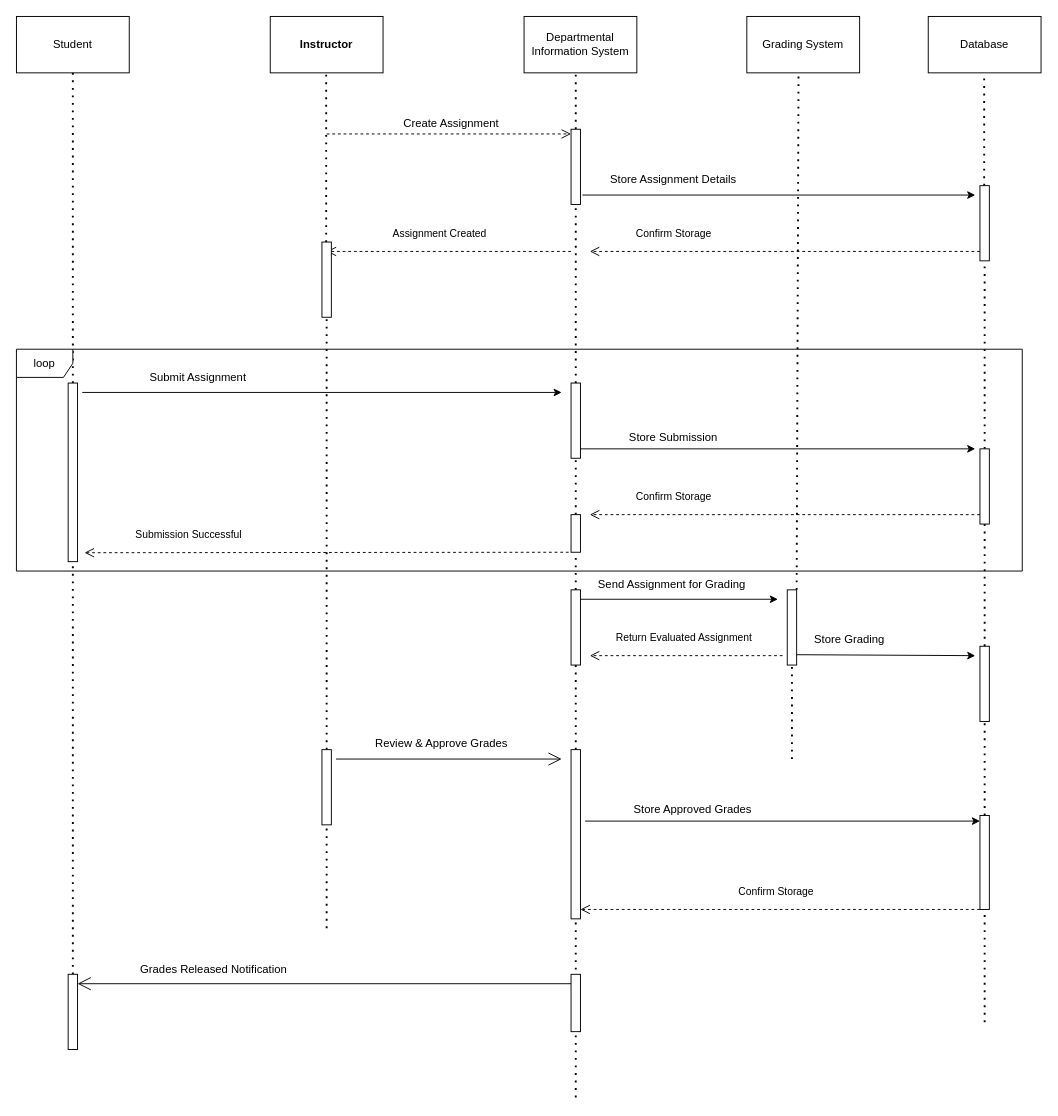
Above: page "Page-10" (8 of 8) of Untitled Diagram.drawio in AdityaJyoti2002/Tic-Tac-Toe (draw.io), before the change. Source tidied: cells renumbered, new cells numbered last; positions are measured from the earlier drawing's top-left corner, leaving out a move shared by most shapes. Both pictures are drawn from the tidied source at 94%, with x=0, y=0 at pixel (16, 16).
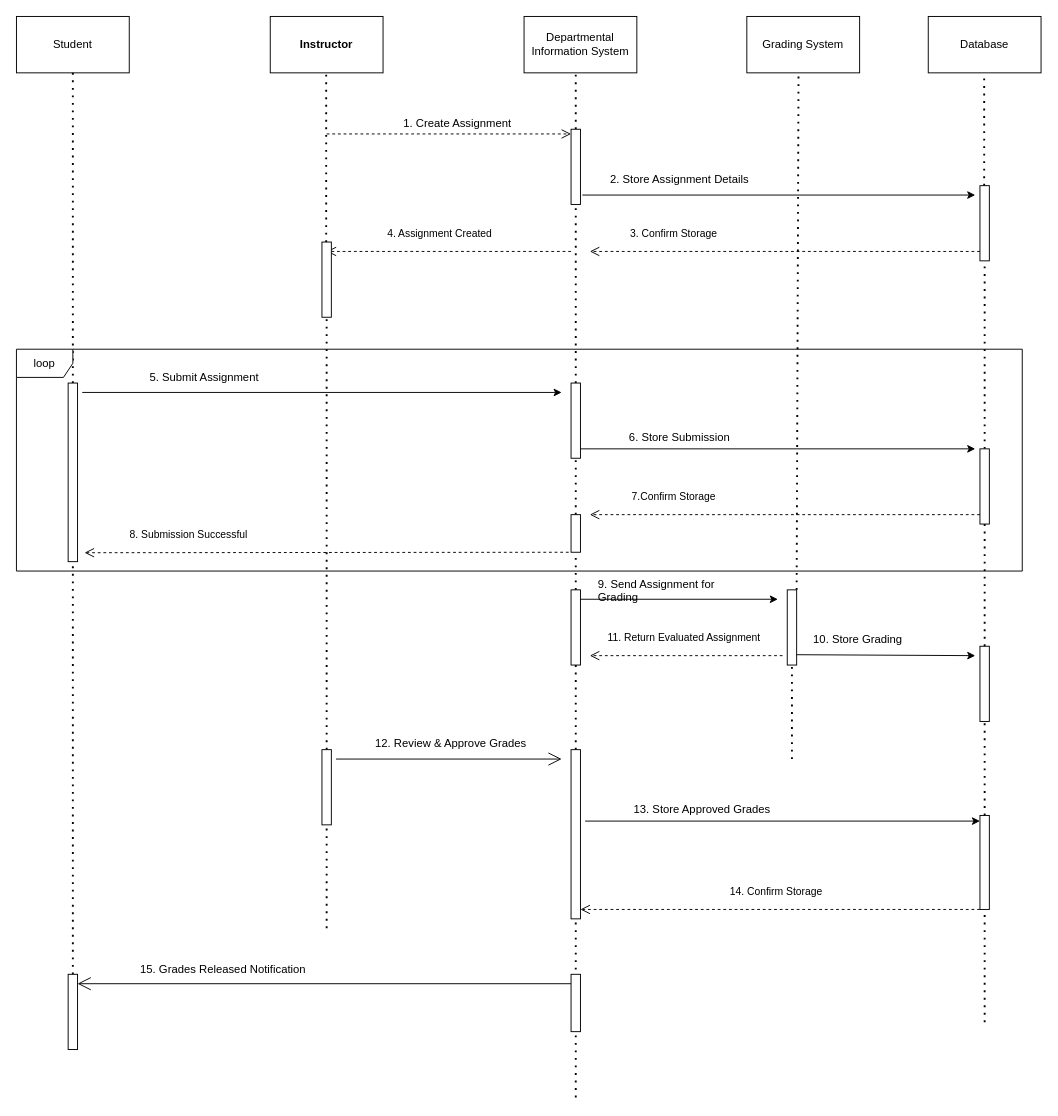
The same page after the edit.

What changed in the source:
```diff
@@
-    <mxCell id="2" value="Assignment Created" style="html=1;verticalAlign=bottom;endArrow=open;dashed=1;endSize=8;curved=0;rounded=0;" parent="1" edge="1">
+    <mxCell id="2" value="4. Assignment Created" style="html=1;verticalAlign=bottom;endArrow=open;dashed=1;endSize=8;curved=0;rounded=0;" parent="1" edge="1">
       <mxGeometry x="0.08" y="-10" relative="1" as="geometry">
         <mxPoint x="590" y="250" as="sourcePoint" />
         <mxPoint x="330" y="250" as="targetPoint" />
       </mxGeometry>
     </mxCell>
@@
-    <mxCell id="24" value="Create Assignment" style="text;whiteSpace=wrap;html=1;" parent="1" vertex="1">
+    <mxCell id="24" value="1. Create Assignment" style="text;whiteSpace=wrap;html=1;" parent="1" vertex="1">
       <mxGeometry x="410" y="100" width="130" height="40" as="geometry" />
     </mxCell>
@@
-    <mxCell id="26" value="Store Assignment Details" style="text;whiteSpace=wrap;html=1;" parent="1" vertex="1">
+    <mxCell id="26" value="2. Store Assignment Details" style="text;whiteSpace=wrap;html=1;" parent="1" vertex="1">
       <mxGeometry x="630" y="160" width="170" height="40" as="geometry" />
     </mxCell>
-    <mxCell id="27" value="Confirm Storage" style="html=1;verticalAlign=bottom;endArrow=open;dashed=1;endSize=8;curved=0;rounded=0;" parent="1" edge="1">
+    <mxCell id="27" value="3. Confirm Storage" style="html=1;verticalAlign=bottom;endArrow=open;dashed=1;endSize=8;curved=0;rounded=0;" parent="1" edge="1">
       <mxGeometry x="0.57" y="-10" relative="1" as="geometry">
         <mxPoint x="1025" y="250" as="sourcePoint" />
         <mxPoint x="610" y="250" as="targetPoint" />
       </mxGeometry>
     </mxCell>
@@
-    <mxCell id="31" value="Submit Assignment" style="text;whiteSpace=wrap;html=1;" parent="1" vertex="1">
+    <mxCell id="31" value="5. Submit Assignment" style="text;whiteSpace=wrap;html=1;" parent="1" vertex="1">
       <mxGeometry x="140" y="370" width="130" height="40" as="geometry" />
     </mxCell>
@@
-    <mxCell id="33" value="Store Submission" style="text;whiteSpace=wrap;html=1;" parent="1" vertex="1">
+    <mxCell id="33" value="6. Store Submission" style="text;whiteSpace=wrap;html=1;" parent="1" vertex="1">
       <mxGeometry x="650" y="434" width="130" height="40" as="geometry" />
     </mxCell>
@@
-    <mxCell id="36" value="Confirm Storage" style="html=1;verticalAlign=bottom;endArrow=open;dashed=1;endSize=8;curved=0;rounded=0;" parent="1" edge="1">
+    <mxCell id="36" value="7.Confirm Storage" style="html=1;verticalAlign=bottom;endArrow=open;dashed=1;endSize=8;curved=0;rounded=0;" parent="1" edge="1">
       <mxGeometry x="0.57" y="-10" relative="1" as="geometry">
         <mxPoint x="1025" y="530" as="sourcePoint" />
         <mxPoint x="610" y="530" as="targetPoint" />
       </mxGeometry>
     </mxCell>
-    <mxCell id="37" value="Submission Successful" style="html=1;verticalAlign=bottom;endArrow=open;dashed=1;endSize=8;curved=0;rounded=0;" parent="1" edge="1">
+    <mxCell id="37" value="8. Submission Successful" style="html=1;verticalAlign=bottom;endArrow=open;dashed=1;endSize=8;curved=0;rounded=0;" parent="1" edge="1">
       <mxGeometry x="0.57" y="-10" relative="1" as="geometry">
         <mxPoint x="587.5" y="570" as="sourcePoint" />
         <mxPoint x="72.5" y="570.5" as="targetPoint" />
       </mxGeometry>
     </mxCell>
@@
-    <mxCell id="41" value="Send Assignment for Grading" style="text;whiteSpace=wrap;html=1;" parent="1" vertex="1">
+    <mxCell id="41" value="9. Send Assignment for Grading" style="text;whiteSpace=wrap;html=1;" parent="1" vertex="1">
       <mxGeometry x="617" y="590" width="160" height="30" as="geometry" />
     </mxCell>
-    <mxCell id="42" value="Return Evaluated Assignment" style="html=1;verticalAlign=bottom;endArrow=open;dashed=1;endSize=8;curved=0;rounded=0;" parent="1" edge="1">
+    <mxCell id="42" value="11. Return Evaluated Assignment" style="html=1;verticalAlign=bottom;endArrow=open;dashed=1;endSize=8;curved=0;rounded=0;" parent="1" edge="1">
       <mxGeometry x="0.02" y="-10" relative="1" as="geometry">
         <mxPoint x="815" y="680" as="sourcePoint" />
         <mxPoint x="610" y="680" as="targetPoint" />
       </mxGeometry>
     </mxCell>
@@
-    <mxCell id="44" value="Store Grading" style="text;whiteSpace=wrap;html=1;" parent="1" vertex="1">
-      <mxGeometry x="847" y="649" width="160" height="30" as="geometry" />
+    <mxCell id="44" value="10. Store Grading" style="text;whiteSpace=wrap;html=1;" parent="1" vertex="1">
+      <mxGeometry x="846" y="649" width="160" height="30" as="geometry" />
     </mxCell>
@@
-    <mxCell id="50" value="Review &amp;amp; Approve Grades" style="text;whiteSpace=wrap;html=1;" parent="1" vertex="1">
+    <mxCell id="50" value="12. Review &amp;amp; Approve Grades" style="text;whiteSpace=wrap;html=1;" parent="1" vertex="1">
       <mxGeometry x="380" y="760" width="170" height="40" as="geometry" />
     </mxCell>
@@
-    <mxCell id="54" value="Store Approved Grades" style="text;whiteSpace=wrap;html=1;" parent="1" vertex="1">
-      <mxGeometry x="655" y="830" width="130" height="40" as="geometry" />
+    <mxCell id="54" value="13. Store Approved Grades" style="text;whiteSpace=wrap;html=1;" parent="1" vertex="1">
+      <mxGeometry x="655" y="830" width="165" height="40" as="geometry" />
     </mxCell>
-    <mxCell id="55" value="Confirm Storage" style="html=1;verticalAlign=bottom;endArrow=open;dashed=1;endSize=8;curved=0;rounded=0;" parent="1" edge="1">
+    <mxCell id="55" value="14. Confirm Storage" style="html=1;verticalAlign=bottom;endArrow=open;dashed=1;endSize=8;curved=0;rounded=0;" parent="1" edge="1">
       <mxGeometry x="0.02" y="-10" relative="1" as="geometry">
         <mxPoint x="1025" y="950" as="sourcePoint" />
         <mxPoint x="600" y="950" as="targetPoint" />
       </mxGeometry>
     </mxCell>
@@
-    <mxCell id="62" value="Grades Released Notification" style="text;whiteSpace=wrap;html=1;" parent="1" vertex="1">
+    <mxCell id="62" value="15. Grades Released Notification" style="text;whiteSpace=wrap;html=1;" parent="1" vertex="1">
       <mxGeometry x="130" y="1000" width="190" height="40" as="geometry" />
     </mxCell>
```
